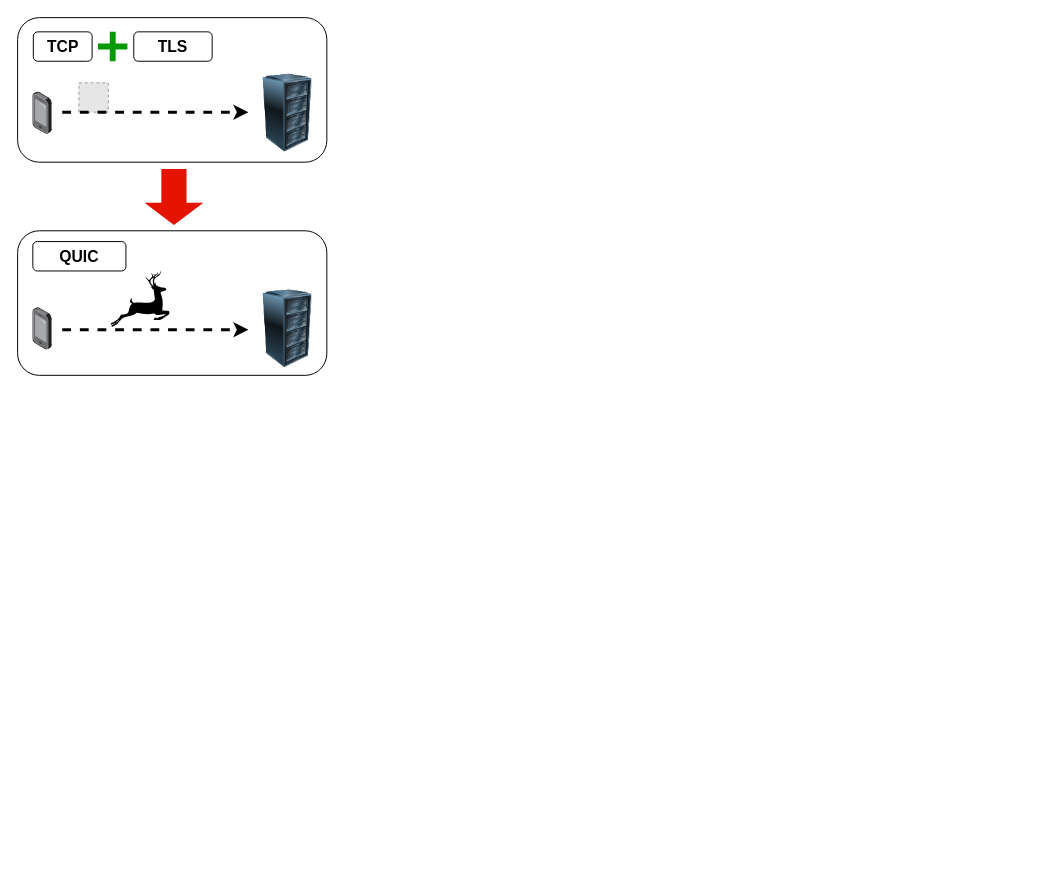
Above: Paper/paper/quic.drawio in Giritan/Research (draw.io), before the change. Source tidied: cells renumbered, new cells numbered last; positions are measured from the earlier drawing's top-left corner, leaving out a move shared by most shapes. Both pictures are drawn from the tidied source at 98%, with x=0, y=0 at pixel (17, 17). Pictures stored in the file or linked from it are replaced by grey dashed boxes.
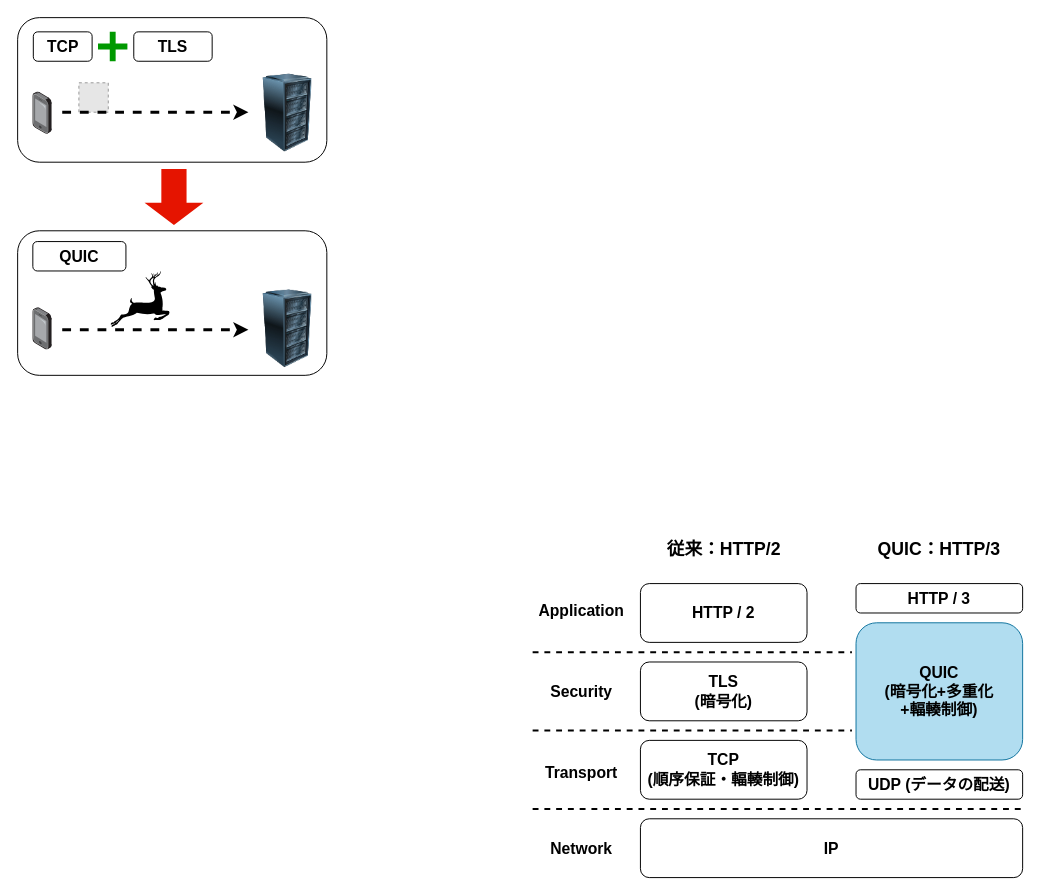
Above is the later version.

Diff of the diagram source:
```diff
@@
+    <mxCell id="19" value="&lt;font style=&quot;font-size: 16px;&quot;&gt;&lt;b&gt;HTTP / 2&lt;/b&gt;&lt;/font&gt;" style="rounded=1;whiteSpace=wrap;html=1;" parent="1" vertex="1">
+      <mxGeometry x="636" y="578" width="170" height="60" as="geometry" />
+    </mxCell>
+    <mxCell id="20" value="&lt;font style=&quot;font-size: 16px;&quot;&gt;&lt;b&gt;HTTP / 3&lt;/b&gt;&lt;/font&gt;" style="rounded=1;whiteSpace=wrap;html=1;" parent="1" vertex="1">
+      <mxGeometry x="856" y="578" width="170" height="30" as="geometry" />
+    </mxCell>
+    <mxCell id="21" value="&lt;font style=&quot;font-size: 16px;&quot;&gt;&lt;b&gt;TLS&lt;/b&gt;&lt;/font&gt;&lt;div&gt;&lt;font style=&quot;font-size: 16px;&quot;&gt;&lt;b&gt;(暗号化)&lt;/b&gt;&lt;/font&gt;&lt;/div&gt;" style="rounded=1;whiteSpace=wrap;html=1;" parent="1" vertex="1">
+      <mxGeometry x="636" y="658" width="170" height="60" as="geometry" />
+    </mxCell>
+    <mxCell id="22" value="&lt;font style=&quot;font-size: 16px;&quot;&gt;&lt;b&gt;TCP&lt;/b&gt;&lt;/font&gt;&lt;div&gt;&lt;span style=&quot;font-size: 16px;&quot;&gt;&lt;b&gt;(順序保証・輻輳制御)&lt;/b&gt;&lt;/span&gt;&lt;/div&gt;" style="rounded=1;whiteSpace=wrap;html=1;" parent="1" vertex="1">
+      <mxGeometry x="636" y="738" width="170" height="60" as="geometry" />
+    </mxCell>
+    <mxCell id="23" value="&lt;font style=&quot;font-size: 16px;&quot;&gt;&lt;span&gt;IP&lt;/span&gt;&lt;/font&gt;" style="rounded=1;whiteSpace=wrap;html=1;fontStyle=1;" parent="1" vertex="1">
+      <mxGeometry x="636" y="818" width="390" height="60" as="geometry" />
+    </mxCell>
+    <mxCell id="24" value="&lt;font style=&quot;font-size: 16px;&quot;&gt;&lt;b&gt;UDP (データの配送)&lt;/b&gt;&lt;/font&gt;" style="rounded=1;whiteSpace=wrap;html=1;" parent="1" vertex="1">
+      <mxGeometry x="856" y="768" width="170" height="30" as="geometry" />
+    </mxCell>
+    <mxCell id="25" value="&lt;font style=&quot;font-size: 16px;&quot;&gt;&lt;b style=&quot;&quot;&gt;QUIC&lt;/b&gt;&lt;/font&gt;&lt;div&gt;&lt;font style=&quot;font-size: 16px;&quot;&gt;&lt;font style=&quot;&quot;&gt;&lt;b&gt;(暗号化&lt;/b&gt;&lt;/font&gt;&lt;font style=&quot;background-color: transparent; color: light-dark(rgb(0, 0, 0), rgb(255, 255, 255));&quot;&gt;&lt;b&gt;+&lt;/b&gt;&lt;/font&gt;&lt;span style=&quot;background-color: transparent; color: light-dark(rgb(0, 0, 0), rgb(255, 255, 255));&quot;&gt;&lt;font style=&quot;&quot;&gt;&lt;b&gt;多重化&lt;/b&gt;&lt;/font&gt;&lt;/span&gt;&lt;/font&gt;&lt;/div&gt;&lt;div&gt;&lt;font style=&quot;font-size: 16px;&quot;&gt;&lt;span style=&quot;background-color: transparent; color: light-dark(rgb(0, 0, 0), rgb(255, 255, 255));&quot;&gt;&lt;font style=&quot;&quot;&gt;&lt;b&gt;+&lt;/b&gt;&lt;/font&gt;&lt;/span&gt;&lt;/font&gt;&lt;b style=&quot;font-size: 16px; background-color: transparent; color: light-dark(rgb(0, 0, 0), rgb(255, 255, 255));&quot;&gt;輻輳制御)&lt;/b&gt;&lt;/div&gt;" style="rounded=1;whiteSpace=wrap;html=1;fillColor=#b1ddf0;strokeColor=#10739e;" parent="1" vertex="1">
+      <mxGeometry x="856" y="618" width="170" height="140" as="geometry" />
+    </mxCell>
+    <mxCell id="26" value="&lt;b&gt;&lt;font style=&quot;font-size: 16px;&quot;&gt;Application&lt;/font&gt;&lt;/b&gt;" style="text;html=1;whiteSpace=wrap;strokeColor=none;fillColor=none;align=center;verticalAlign=middle;rounded=0;" parent="1" vertex="1">
+      <mxGeometry x="546" y="590.5" width="60" height="30" as="geometry" />
+    </mxCell>
+    <mxCell id="27" value="&lt;b&gt;&lt;font style=&quot;font-size: 16px;&quot;&gt;Security&lt;/font&gt;&lt;/b&gt;" style="text;html=1;whiteSpace=wrap;strokeColor=none;fillColor=none;align=center;verticalAlign=middle;rounded=0;" parent="1" vertex="1">
+      <mxGeometry x="546" y="673" width="60" height="30" as="geometry" />
+    </mxCell>
+    <mxCell id="28" value="&lt;b&gt;&lt;font style=&quot;font-size: 16px;&quot;&gt;Transport&lt;/font&gt;&lt;/b&gt;" style="text;html=1;whiteSpace=wrap;strokeColor=none;fillColor=none;align=center;verticalAlign=middle;rounded=0;" parent="1" vertex="1">
+      <mxGeometry x="546" y="755.5" width="60" height="30" as="geometry" />
+    </mxCell>
+    <mxCell id="29" value="&lt;b&gt;&lt;font style=&quot;font-size: 16px;&quot;&gt;Network&lt;/font&gt;&lt;/b&gt;" style="text;html=1;whiteSpace=wrap;strokeColor=none;fillColor=none;align=center;verticalAlign=middle;rounded=0;" parent="1" vertex="1">
+      <mxGeometry x="546" y="833" width="60" height="30" as="geometry" />
+    </mxCell>
+    <mxCell id="30" style="endArrow=none;dashed=1;html=1;rounded=0;strokeWidth=2;" parent="1" edge="1">
+      <mxGeometry relative="1" as="geometry">
+        <mxPoint x="526" y="648" as="sourcePoint" />
+        <mxPoint x="851.8" y="648" as="targetPoint" />
+      </mxGeometry>
+    </mxCell>
+    <mxCell id="31" style="endArrow=none;dashed=1;html=1;rounded=0;strokeWidth=2;" parent="1" edge="1">
+      <mxGeometry relative="1" as="geometry">
+        <mxPoint x="526" y="728" as="sourcePoint" />
+        <mxPoint x="851.8" y="728" as="targetPoint" />
+      </mxGeometry>
+    </mxCell>
+    <mxCell id="32" style="endArrow=none;dashed=1;html=1;rounded=0;strokeWidth=2;" parent="1" edge="1">
+      <mxGeometry relative="1" as="geometry">
+        <mxPoint x="526" y="808" as="sourcePoint" />
+        <mxPoint x="1026" y="808" as="targetPoint" />
+      </mxGeometry>
+    </mxCell>
+    <mxCell id="33" value="&lt;span&gt;&lt;b&gt;従来：HTTP/2&lt;/b&gt;&lt;/span&gt;" style="text;html=1;whiteSpace=wrap;strokeColor=none;fillColor=none;align=center;verticalAlign=middle;rounded=0;fontSize=18;" parent="1" vertex="1">
+      <mxGeometry x="658.5" y="528" width="125" height="30" as="geometry" />
+    </mxCell>
+    <mxCell id="34" value="&lt;span&gt;&lt;b&gt;QUIC：HTTP/3&lt;/b&gt;&lt;/span&gt;" style="text;html=1;whiteSpace=wrap;strokeColor=none;fillColor=none;align=center;verticalAlign=middle;rounded=0;fontSize=18;" parent="1" vertex="1">
+      <mxGeometry x="867.2" y="528" width="147.5" height="30" as="geometry" />
+    </mxCell>
```
